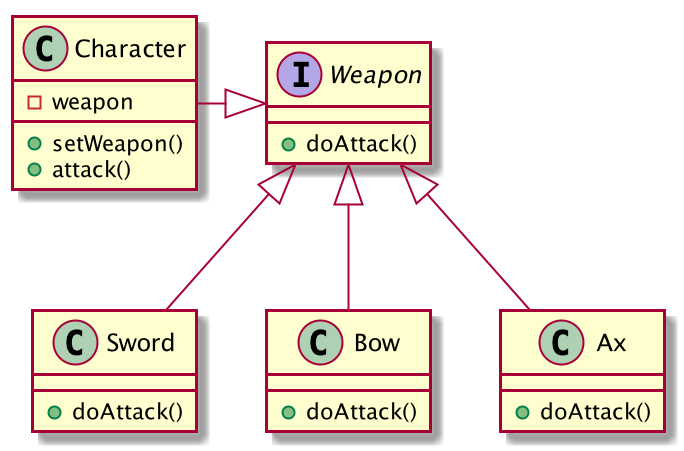
Earlier version of the PlantUML export assets/post/designpattern/StrategyExample.png (jsyang-dev/jsyang-dev.github.io).
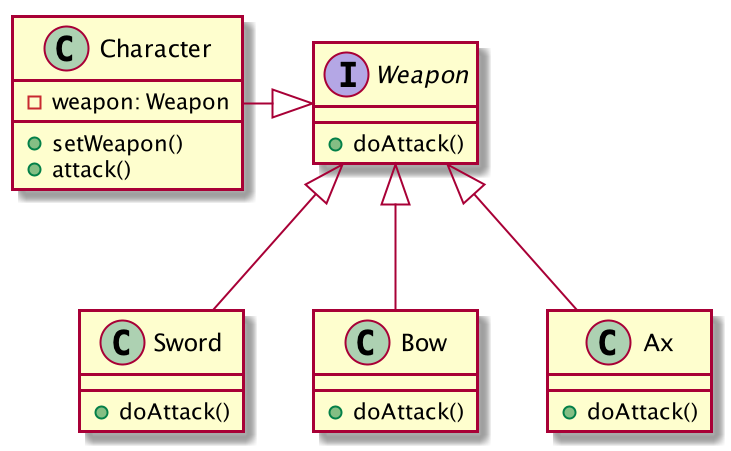
The same diagram one commit later.

Diff of the diagram source:
```diff
@@ -1,7 +1,7 @@
 @startuml
 
 class Character {
-    -weapon
+    -weapon: Weapon
     +setWeapon()
     +attack()
 }
```
